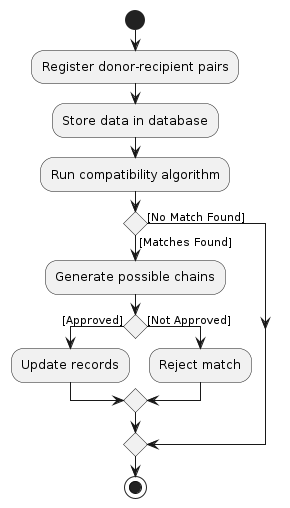
IsaiahToh/tp keeps this PlantUML diagram as diagrams/OrganSwapCycleActivityDiagram.png. Above is the earlier version. Its source is kept beside it as diagrams/OrganSwapCycleActivityDiagram.puml.
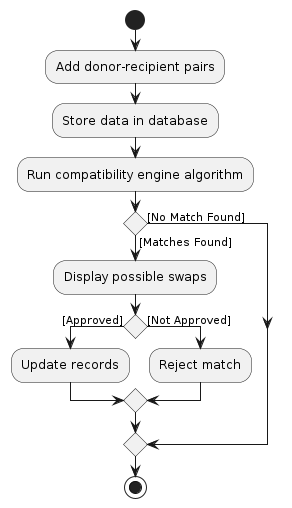
Later version of the same file.

Diff of the diagram source:
```diff
@@ -1,12 +1,12 @@
 @startuml
 start
 
-:Register donor-recipient pairs;
+:Add donor-recipient pairs;
 :Store data in database;
-:Run compatibility algorithm;
+:Run compatibility engine algorithm;
 
 if () then ([Matches Found])
-  :Generate possible chains;
+  :Display possible swaps;
   if () then ([Approved])
     :Update records;
   else ([Not Approved])
```
